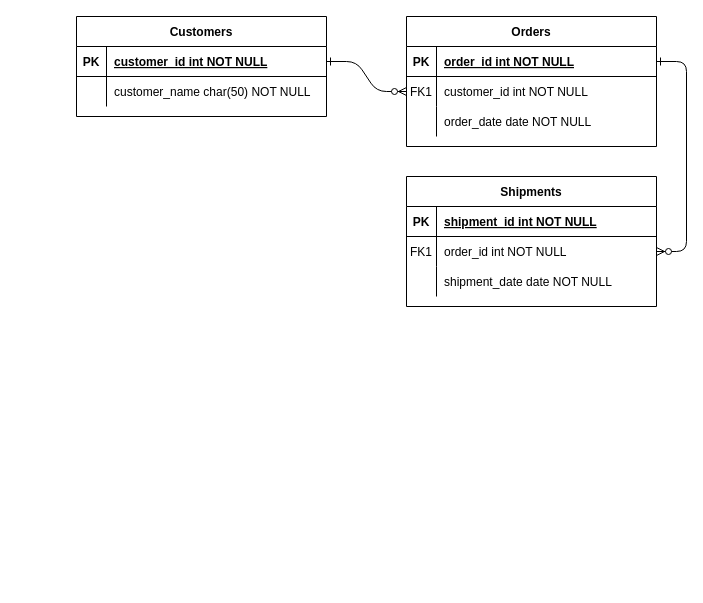
This is MER/Commandator.drawio from flpnslm/drawio-diagrams, a draw.io file, before an edit. Source tidied: cells renumbered, new cells numbered last; positions are measured from the earlier drawing's top-left corner, leaving out a move shared by most shapes. Both pictures are drawn from the tidied source at 100%, with x=0, y=0 at pixel (76, 16).
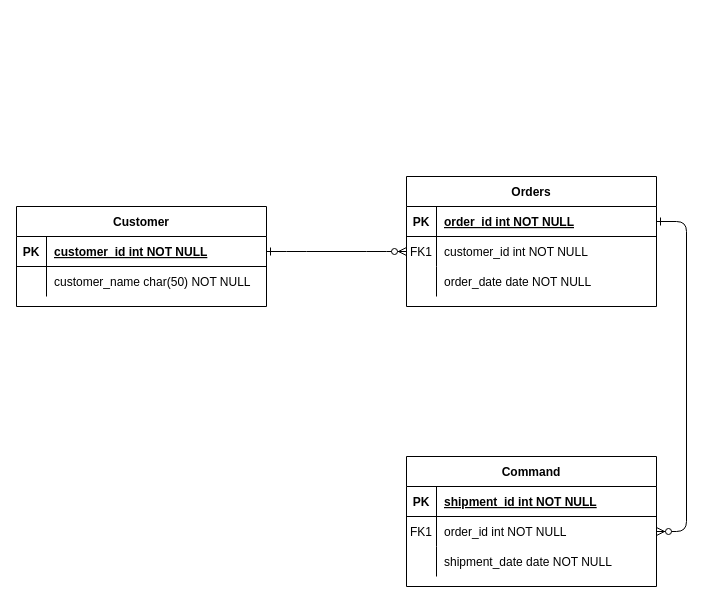
After the change.

Change to the diagram source:
```diff
@@
     <mxCell id="4" value="Orders" style="shape=table;startSize=30;childLayout=tableLayout;rowLines=0;fontStyle=1;align=center;" parent="1" vertex="1">
-      <mxGeometry x="330" width="250" height="130" as="geometry" />
+      <mxGeometry x="330" y="160" width="250" height="130" as="geometry" />
     </mxCell>
@@
-    <mxCell id="14" value="Shipments" style="shape=table;startSize=30;childLayout=tableLayout;rowLines=0;fontStyle=1;align=center;" parent="1" vertex="1">
-      <mxGeometry x="330" y="160" width="250" height="130" as="geometry" />
+    <mxCell id="14" value="Command" style="shape=table;startSize=30;childLayout=tableLayout;rowLines=0;fontStyle=1;align=center;" parent="1" vertex="1">
+      <mxGeometry x="330" y="440" width="250" height="130" as="geometry" />
     </mxCell>
@@
-    <mxCell id="24" value="Customers" style="shape=table;startSize=30;childLayout=tableLayout;rowLines=0;fontStyle=1;align=center;" parent="1" vertex="1">
-      <mxGeometry width="250" height="100" as="geometry" />
+    <mxCell id="24" value="Customer" style="shape=table;startSize=30;childLayout=tableLayout;rowLines=0;fontStyle=1;align=center;" parent="1" vertex="1">
+      <mxGeometry x="-60" y="190" width="250" height="100" as="geometry" />
     </mxCell>
```
